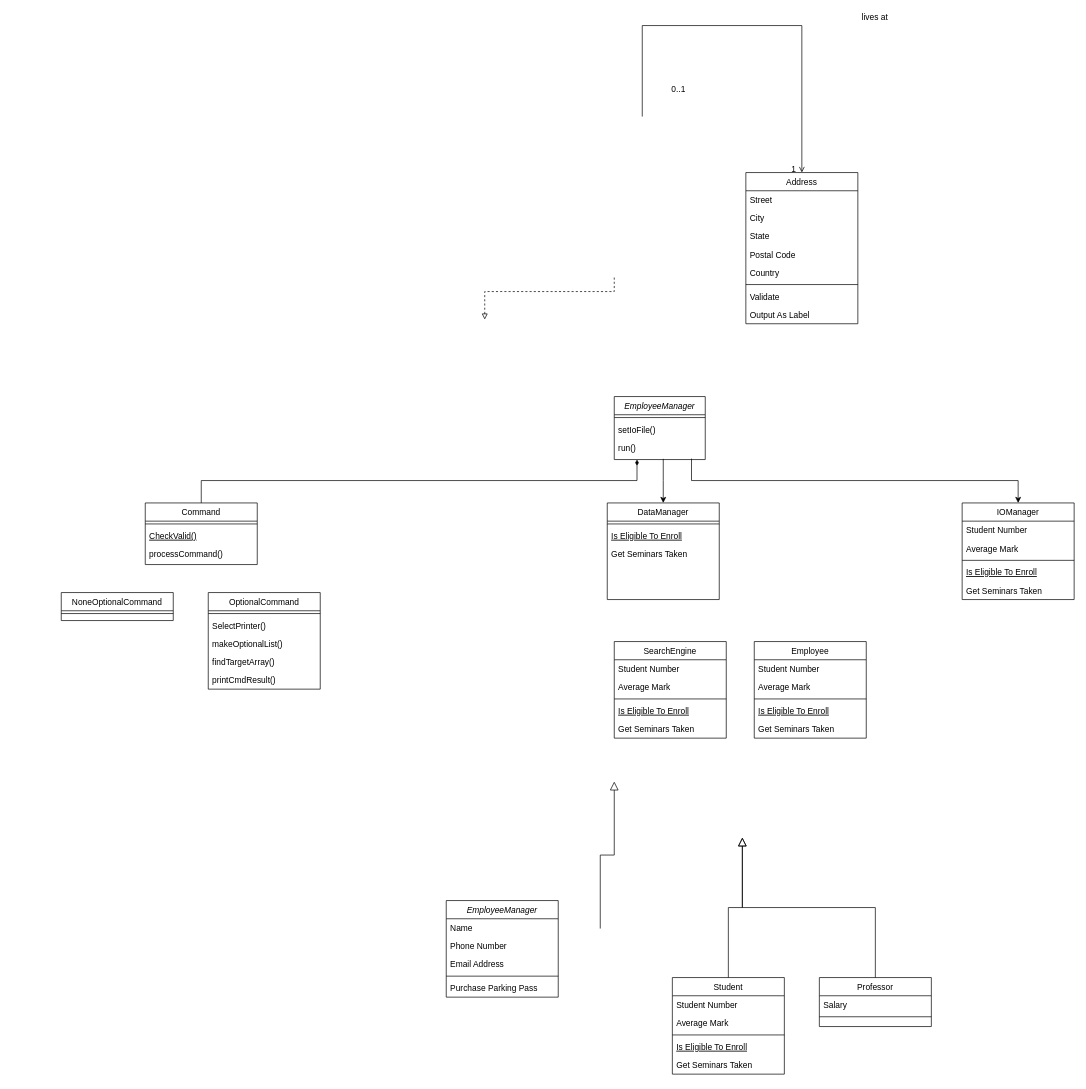
The draw.io diagram E-Project/document/Class Diagram.drawio in ShineSoYoung/CRA, before the edit. Source tidied: cells renumbered, new cells numbered last; positions are measured from the earlier drawing's top-left corner, leaving out a move shared by most shapes. Both pictures are drawn from the tidied source at 70%, with x=0, y=0 at pixel (61, 25).
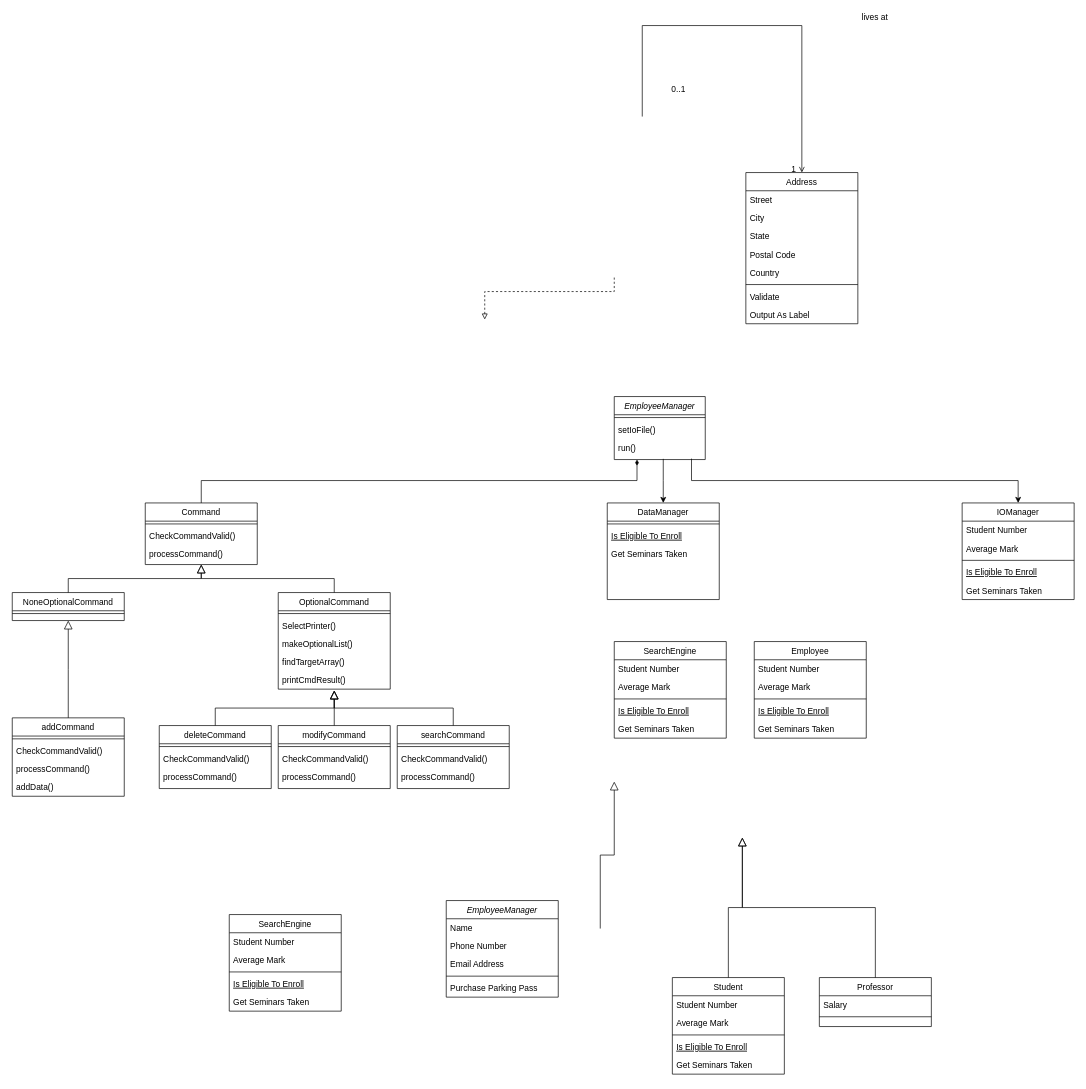
The same diagram, later.

Commit message:
<feat> Update command class diagram

Unchanged cells that the change refers to:
```xml
<mxCell id="6" value="Command" style="swimlane;fontStyle=0;align=center;verticalAlign=top;horizontal=1;startSize=26;rounded=0;shadow=0;strokeWidth=1;" parent="1" vertex="1">
  <mxGeometry x="120" y="682" width="160" height="88" as="geometry" />
</mxCell>
```

What changed in the source:
```diff
@@
-    <mxCell id="8" value="CheckValid()" style="text;align=left;verticalAlign=top;spacingLeft=4;spacingRight=4;overflow=hidden;fontStyle=4;" parent="6" vertex="1">
+    <mxCell id="8" value="CheckCommandValid()" style="text;align=left;verticalAlign=top;spacingLeft=4;spacingRight=4;overflow=hidden;fontStyle=0;" parent="6" vertex="1">
       <mxGeometry y="34" width="160" height="26" as="geometry" />
     </mxCell>
@@
     <mxCell id="67" value="NoneOptionalCommand" style="swimlane;fontStyle=0;align=center;verticalAlign=top;horizontal=1;startSize=26;rounded=0;shadow=0;strokeWidth=1;" parent="1" vertex="1">
-      <mxGeometry y="810" width="160" height="40" as="geometry" />
+      <mxGeometry x="-70" y="810" width="160" height="40" as="geometry" />
     </mxCell>
@@
     <mxCell id="69" value="OptionalCommand" style="swimlane;fontStyle=0;align=center;verticalAlign=top;horizontal=1;startSize=26;rounded=0;shadow=0;strokeWidth=1;" parent="1" vertex="1">
-      <mxGeometry x="210" y="810" width="160" height="138" as="geometry" />
+      <mxGeometry x="310" y="810" width="160" height="138" as="geometry" />
     </mxCell>
@@
+    <mxCell id="75" style="endArrow=block;endSize=10;endFill=0;shadow=0;strokeWidth=1;rounded=0;edgeStyle=elbowEdgeStyle;elbow=vertical;entryX=0.5;entryY=1;entryDx=0;entryDy=0;exitX=0.5;exitY=0;exitDx=0;exitDy=0;" parent="1" edge="1" source="67" target="6">
+      <mxGeometry relative="1" as="geometry" />
+    </mxCell>
+    <mxCell id="76" style="endArrow=block;endSize=10;endFill=0;shadow=0;strokeWidth=1;rounded=0;edgeStyle=elbowEdgeStyle;elbow=vertical;exitX=0.5;exitY=0;exitDx=0;exitDy=0;" parent="1" edge="1" source="69">
+      <mxGeometry relative="1" as="geometry">
+        <mxPoint x="200" y="770" as="targetPoint" />
+      </mxGeometry>
+    </mxCell>
+    <mxCell id="77" value="SearchEngine" style="swimlane;fontStyle=0;align=center;verticalAlign=top;horizontal=1;startSize=26;rounded=0;shadow=0;strokeWidth=1;" parent="1" vertex="1">
+      <mxGeometry x="240" y="1270" width="160" height="138" as="geometry" />
+    </mxCell>
+    <mxCell id="78" value="Student Number" style="text;align=left;verticalAlign=top;spacingLeft=4;spacingRight=4;overflow=hidden;" parent="77" vertex="1">
+      <mxGeometry y="26" width="160" height="26" as="geometry" />
+    </mxCell>
+    <mxCell id="79" value="Average Mark" style="text;align=left;verticalAlign=top;spacingLeft=4;spacingRight=4;overflow=hidden;rounded=0;shadow=0;html=0;" parent="77" vertex="1">
+      <mxGeometry y="52" width="160" height="26" as="geometry" />
+    </mxCell>
+    <mxCell id="80" style="line;html=1;strokeWidth=1;align=left;verticalAlign=middle;spacingTop=-1;spacingLeft=3;spacingRight=3;labelPosition=right;" parent="77" vertex="1">
+      <mxGeometry y="78" width="160" height="8" as="geometry" />
+    </mxCell>
+    <mxCell id="81" value="Is Eligible To Enroll" style="text;align=left;verticalAlign=top;spacingLeft=4;spacingRight=4;overflow=hidden;fontStyle=4;" parent="77" vertex="1">
+      <mxGeometry y="86" width="160" height="26" as="geometry" />
+    </mxCell>
+    <mxCell id="82" value="Get Seminars Taken" style="text;align=left;verticalAlign=top;spacingLeft=4;spacingRight=4;overflow=hidden;" parent="77" vertex="1">
+      <mxGeometry y="112" width="160" height="26" as="geometry" />
+    </mxCell>
+    <mxCell id="83" value="addCommand" style="swimlane;fontStyle=0;align=center;verticalAlign=top;horizontal=1;startSize=26;rounded=0;shadow=0;strokeWidth=1;" parent="1" vertex="1">
+      <mxGeometry x="-70" y="989" width="160" height="112" as="geometry" />
+    </mxCell>
+    <mxCell id="84" style="line;html=1;strokeWidth=1;align=left;verticalAlign=middle;spacingTop=-1;spacingLeft=3;spacingRight=3;labelPosition=right;" parent="83" vertex="1">
+      <mxGeometry y="26" width="160" height="8" as="geometry" />
+    </mxCell>
+    <mxCell id="85" value="CheckCommandValid()" style="text;align=left;verticalAlign=top;spacingLeft=4;spacingRight=4;overflow=hidden;" parent="83" vertex="1">
+      <mxGeometry y="34" width="160" height="26" as="geometry" />
+    </mxCell>
+    <mxCell id="86" value="processCommand()" style="text;align=left;verticalAlign=top;spacingLeft=4;spacingRight=4;overflow=hidden;" parent="83" vertex="1">
+      <mxGeometry y="60" width="160" height="26" as="geometry" />
+    </mxCell>
+    <mxCell id="87" value="addData()" style="text;align=left;verticalAlign=top;spacingLeft=4;spacingRight=4;overflow=hidden;fontStyle=0;" parent="83" vertex="1">
+      <mxGeometry y="86" width="160" height="26" as="geometry" />
+    </mxCell>
+    <mxCell id="88" value="deleteCommand" style="swimlane;fontStyle=0;align=center;verticalAlign=top;horizontal=1;startSize=26;rounded=0;shadow=0;strokeWidth=1;" parent="1" vertex="1">
+      <mxGeometry x="140" y="1000" width="160" height="90" as="geometry" />
+    </mxCell>
+    <mxCell id="89" style="line;html=1;strokeWidth=1;align=left;verticalAlign=middle;spacingTop=-1;spacingLeft=3;spacingRight=3;labelPosition=right;" parent="88" vertex="1">
+      <mxGeometry y="26" width="160" height="8" as="geometry" />
+    </mxCell>
+    <mxCell id="90" value="CheckCommandValid()" style="text;align=left;verticalAlign=top;spacingLeft=4;spacingRight=4;overflow=hidden;" parent="88" vertex="1">
+      <mxGeometry y="34" width="160" height="26" as="geometry" />
+    </mxCell>
+    <mxCell id="91" value="processCommand()" style="text;align=left;verticalAlign=top;spacingLeft=4;spacingRight=4;overflow=hidden;" parent="88" vertex="1">
+      <mxGeometry y="60" width="160" height="26" as="geometry" />
+    </mxCell>
+    <mxCell id="92" value="modifyCommand" style="swimlane;fontStyle=0;align=center;verticalAlign=top;horizontal=1;startSize=26;rounded=0;shadow=0;strokeWidth=1;" parent="1" vertex="1">
+      <mxGeometry x="310" y="1000" width="160" height="90" as="geometry" />
+    </mxCell>
+    <mxCell id="93" style="line;html=1;strokeWidth=1;align=left;verticalAlign=middle;spacingTop=-1;spacingLeft=3;spacingRight=3;labelPosition=right;" parent="92" vertex="1">
+      <mxGeometry y="26" width="160" height="8" as="geometry" />
+    </mxCell>
+    <mxCell id="94" value="CheckCommandValid()" style="text;align=left;verticalAlign=top;spacingLeft=4;spacingRight=4;overflow=hidden;" parent="92" vertex="1">
+      <mxGeometry y="34" width="160" height="26" as="geometry" />
+    </mxCell>
+    <mxCell id="95" value="processCommand()" style="text;align=left;verticalAlign=top;spacingLeft=4;spacingRight=4;overflow=hidden;" parent="92" vertex="1">
+      <mxGeometry y="60" width="160" height="26" as="geometry" />
+    </mxCell>
+    <mxCell id="96" value="searchCommand" style="swimlane;fontStyle=0;align=center;verticalAlign=top;horizontal=1;startSize=26;rounded=0;shadow=0;strokeWidth=1;" parent="1" vertex="1">
+      <mxGeometry x="480" y="1000" width="160" height="90" as="geometry" />
+    </mxCell>
+    <mxCell id="97" style="line;html=1;strokeWidth=1;align=left;verticalAlign=middle;spacingTop=-1;spacingLeft=3;spacingRight=3;labelPosition=right;" parent="96" vertex="1">
+      <mxGeometry y="26" width="160" height="8" as="geometry" />
+    </mxCell>
+    <mxCell id="98" value="CheckCommandValid()" style="text;align=left;verticalAlign=top;spacingLeft=4;spacingRight=4;overflow=hidden;" parent="96" vertex="1">
+      <mxGeometry y="34" width="160" height="26" as="geometry" />
+    </mxCell>
+    <mxCell id="99" value="processCommand()" style="text;align=left;verticalAlign=top;spacingLeft=4;spacingRight=4;overflow=hidden;" parent="96" vertex="1">
+      <mxGeometry y="60" width="160" height="26" as="geometry" />
+    </mxCell>
+    <mxCell id="100" style="endArrow=block;endSize=10;endFill=0;shadow=0;strokeWidth=1;rounded=0;edgeStyle=elbowEdgeStyle;elbow=vertical;exitX=0.5;exitY=0;exitDx=0;exitDy=0;" parent="1" edge="1" source="96">
+      <mxGeometry relative="1" as="geometry">
+        <mxPoint x="390" y="950" as="targetPoint" />
+      </mxGeometry>
+    </mxCell>
+    <mxCell id="101" style="endArrow=block;endSize=10;endFill=0;shadow=0;strokeWidth=1;rounded=0;edgeStyle=elbowEdgeStyle;elbow=vertical;exitX=0.5;exitY=0;exitDx=0;exitDy=0;" parent="1" edge="1" source="92">
+      <mxGeometry relative="1" as="geometry">
+        <mxPoint x="390" y="950" as="targetPoint" />
+      </mxGeometry>
+    </mxCell>
+    <mxCell id="102" style="endArrow=block;endSize=10;endFill=0;shadow=0;strokeWidth=1;rounded=0;edgeStyle=elbowEdgeStyle;elbow=vertical;exitX=0.5;exitY=0;exitDx=0;exitDy=0;" parent="1" edge="1" source="88">
+      <mxGeometry relative="1" as="geometry">
+        <mxPoint x="390" y="950" as="targetPoint" />
+      </mxGeometry>
+    </mxCell>
+    <mxCell id="103" style="endArrow=block;endSize=10;endFill=0;shadow=0;strokeWidth=1;rounded=0;edgeStyle=elbowEdgeStyle;elbow=vertical;exitX=0.5;exitY=0;exitDx=0;exitDy=0;entryX=0.5;entryY=1;entryDx=0;entryDy=0;" parent="1" edge="1" source="83" target="67">
+      <mxGeometry relative="1" as="geometry" />
+    </mxCell>
```
